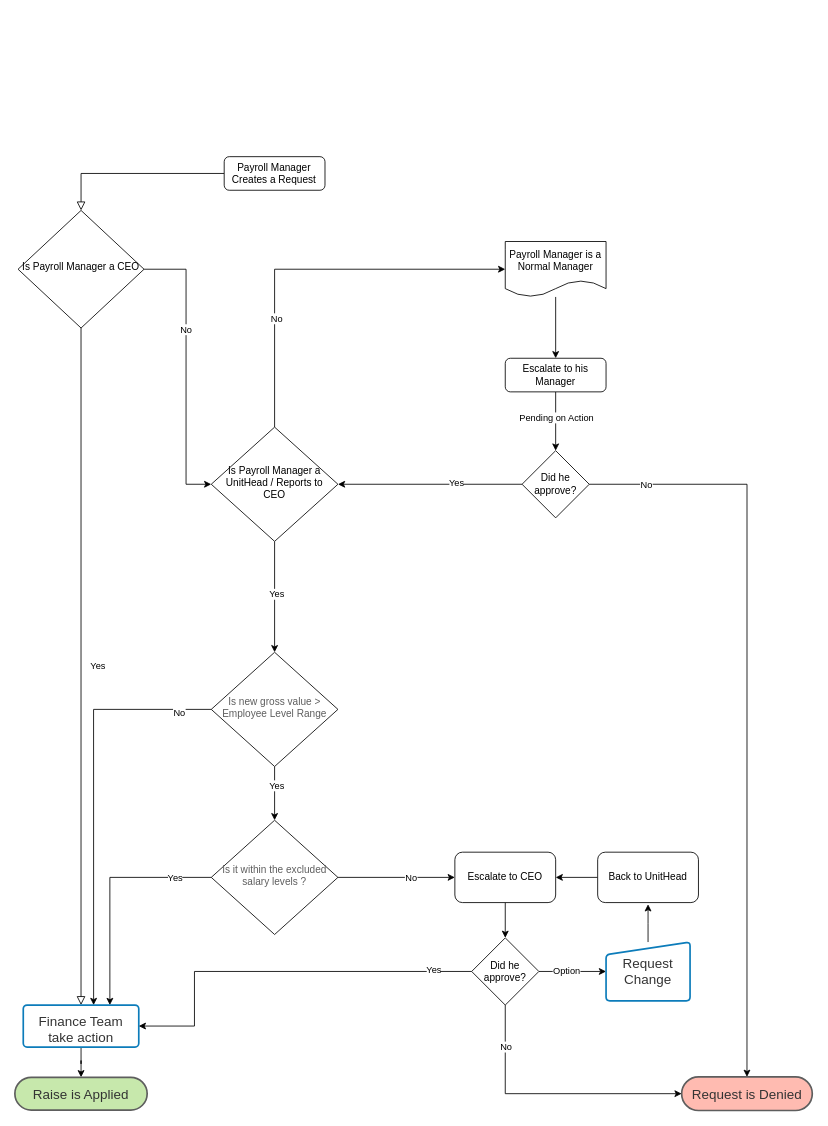
Above: SalaryRaise/Untitled Diagram.drawio in paula-at-flairs/Payroll-Workflows (draw.io), before the change. Source tidied: cells renumbered, new cells numbered last; positions are measured from the earlier drawing's top-left corner, leaving out a move shared by most shapes. Both pictures are drawn from the tidied source at 84%, with x=0, y=0 at pixel (14, 156).
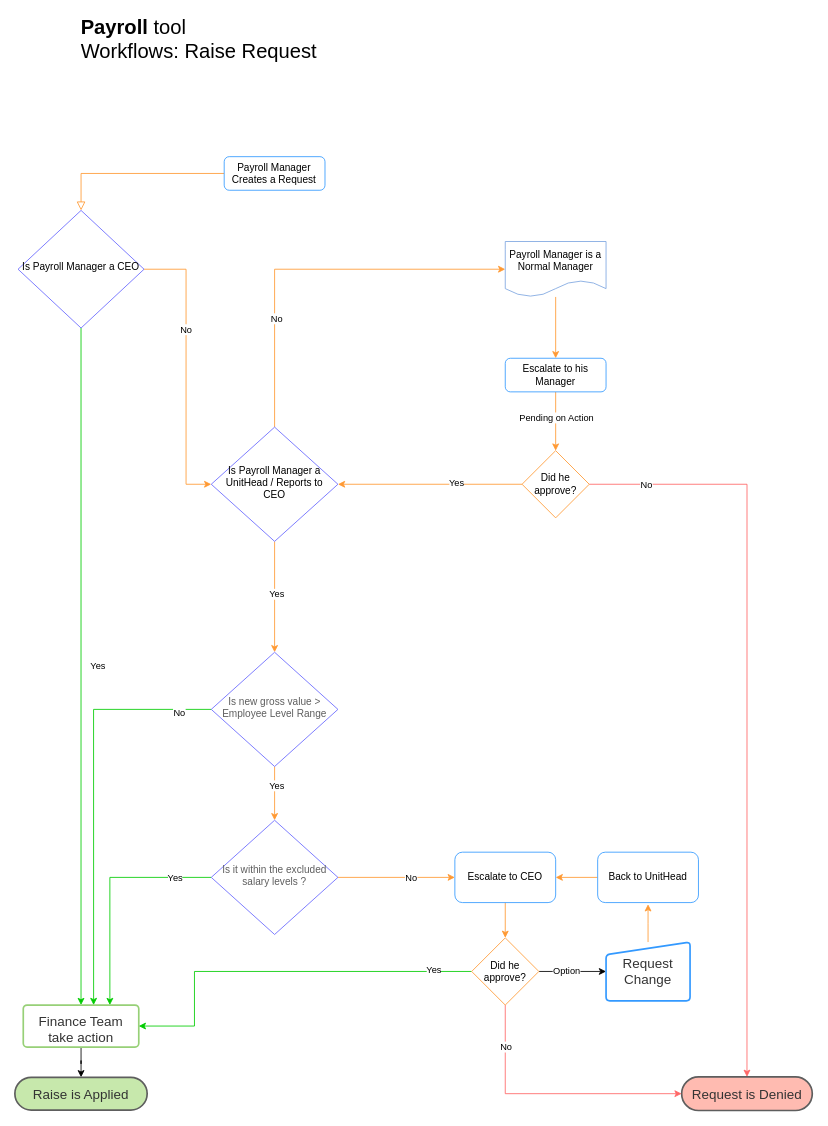
After the change.

The change refers to these unchanged cells:
```xml
<mxCell id="31" value="Request is Denied" style="html=1;overflow=block;blockSpacing=1;whiteSpace=wrap;rounded=1;arcSize=50;whiteSpace=wrap;fontSize=16;fontColor=#333333;spacing=4;strokeColor=#5e5e5e;strokeOpacity=100;fillOpacity=100;fillColor=#ffbbb1;strokeWidth=2;" parent="1" vertex="1">
  <mxGeometry x="794" y="1095.5" width="155.5" height="40" as="geometry" />
</mxCell>
<mxCell id="43" style="edgeStyle=orthogonalEdgeStyle;rounded=0;jettySize=auto;html=1;" parent="1" edge="1" source="45" target="47">
  <mxGeometry relative="1" as="geometry" />
</mxCell>
```

Change to the diagram source:
```diff
@@
-    <mxCell id="2" style="rounded=0;html=1;jettySize=auto;fontSize=11;endArrow=block;endFill=0;endSize=8;strokeWidth=1;shadow=0;labelBackgroundColor=none;edgeStyle=orthogonalEdgeStyle;entryX=0.5;entryY=0;entryDx=0;entryDy=0;" parent="1" edge="1" source="3" target="7">
+    <mxCell id="2" style="rounded=0;html=1;jettySize=auto;fontSize=11;endArrow=block;endFill=0;endSize=8;strokeWidth=1;shadow=0;labelBackgroundColor=none;edgeStyle=orthogonalEdgeStyle;entryX=0.5;entryY=0;entryDx=0;entryDy=0;strokeColor=#FF9933;" parent="1" edge="1" source="3" target="7">
       <mxGeometry relative="1" as="geometry" />
     </mxCell>
-    <mxCell id="3" value="Payroll Manager Creates a Request" style="rounded=1;whiteSpace=wrap;html=1;fontSize=12;glass=0;strokeWidth=1;shadow=0;" parent="1" vertex="1">
+    <mxCell id="3" value="Payroll Manager Creates a Request" style="rounded=1;whiteSpace=wrap;html=1;fontSize=12;glass=0;strokeWidth=1;shadow=0;strokeColor=#3399FF;" parent="1" vertex="1">
       <mxGeometry x="249.4" width="120" height="40" as="geometry" />
     </mxCell>
-    <mxCell id="4" value="Yes" style="rounded=0;html=1;jettySize=auto;fontSize=11;endArrow=block;endFill=0;endSize=8;strokeWidth=1;shadow=0;labelBackgroundColor=none;edgeStyle=orthogonalEdgeStyle;entryX=0.5;entryY=0;entryDx=0;entryDy=0;" parent="1" edge="1" source="7" target="9">
+    <mxCell id="4" value="Yes" style="rounded=0;html=1;jettySize=auto;fontSize=11;endArrow=classic;endFill=1;strokeWidth=1;shadow=0;labelBackgroundColor=none;edgeStyle=orthogonalEdgeStyle;entryX=0.5;entryY=0;entryDx=0;entryDy=0;strokeColor=#00CC00;" parent="1" edge="1" source="7" target="9">
       <mxGeometry y="20" relative="1" as="geometry" />
     </mxCell>
-    <mxCell id="5" style="edgeStyle=orthogonalEdgeStyle;rounded=0;jettySize=auto;html=1;entryX=0;entryY=0.5;entryDx=0;entryDy=0;" parent="1" edge="1" source="7" target="15">
+    <mxCell id="5" style="edgeStyle=orthogonalEdgeStyle;rounded=0;jettySize=auto;html=1;entryX=0;entryY=0.5;entryDx=0;entryDy=0;strokeColor=#FF9933;" parent="1" edge="1" source="7" target="15">
       <mxGeometry relative="1" as="geometry">
         <Array as="points">
           <mxPoint x="204" y="134" />
           <mxPoint x="204" y="390" />
         </Array>
       </mxGeometry>
     </mxCell>
@@
-    <mxCell id="7" value="Is Payroll Manager a CEO" style="rhombus;whiteSpace=wrap;html=1;shadow=0;fontFamily=Helvetica;fontSize=12;align=center;strokeWidth=1;spacing=6;spacingTop=-4;" parent="1" vertex="1">
+    <mxCell id="7" value="Is Payroll Manager a CEO" style="rhombus;whiteSpace=wrap;html=1;shadow=0;fontFamily=Helvetica;fontSize=12;align=center;strokeWidth=1;spacing=6;spacingTop=-4;strokeColor=#6666FF;" parent="1" vertex="1">
       <mxGeometry x="4" y="64" width="150" height="140" as="geometry" />
     </mxCell>
@@
-    <mxCell id="9" value="Finance Team take action" style="html=1;overflow=block;blockSpacing=1;whiteSpace=wrap;whiteSpace=wrap;fontSize=16;fontColor=#333333;spacing=9;strokeColor=#0c7cba;strokeOpacity=100;rounded=1;absoluteArcSize=1;arcSize=9;strokeWidth=2;" parent="1" vertex="1">
+    <mxCell id="9" value="Finance Team take action" style="html=1;overflow=block;blockSpacing=1;whiteSpace=wrap;whiteSpace=wrap;fontSize=16;fontColor=#333333;spacing=9;strokeColor=#97D077;strokeOpacity=100;rounded=1;absoluteArcSize=1;arcSize=9;strokeWidth=2;" parent="1" vertex="1">
       <mxGeometry x="10.2" y="1010" width="137.5" height="50" as="geometry" />
     </mxCell>
@@
-    <mxCell id="11" style="edgeStyle=orthogonalEdgeStyle;rounded=0;jettySize=auto;html=1;entryX=0.5;entryY=0;entryDx=0;entryDy=0;" parent="1" edge="1" source="15" target="20">
+    <mxCell id="11" style="edgeStyle=orthogonalEdgeStyle;rounded=0;jettySize=auto;html=1;entryX=0.5;entryY=0;entryDx=0;entryDy=0;strokeColor=#FF9933;" parent="1" edge="1" source="15" target="20">
       <mxGeometry relative="1" as="geometry" />
     </mxCell>
@@
-    <mxCell id="13" style="edgeStyle=orthogonalEdgeStyle;rounded=0;jettySize=auto;html=1;exitX=0.5;exitY=0;exitDx=0;exitDy=0;" parent="1" edge="1" source="15" target="22">
+    <mxCell id="13" style="edgeStyle=orthogonalEdgeStyle;rounded=0;jettySize=auto;html=1;exitX=0.5;exitY=0;exitDx=0;exitDy=0;strokeColor=#FF9933;" parent="1" edge="1" source="15" target="22">
       <mxGeometry relative="1" as="geometry">
         <Array as="points">
           <mxPoint x="309" y="134" />
         </Array>
       </mxGeometry>
     </mxCell>
@@
-    <mxCell id="15" value="Is Payroll Manager a UnitHead / Reports to CEO" style="rhombus;whiteSpace=wrap;html=1;shadow=0;fontFamily=Helvetica;fontSize=12;align=center;strokeWidth=1;spacing=6;spacingTop=-4;" parent="1" vertex="1">
+    <mxCell id="15" value="Is Payroll Manager a UnitHead / Reports to CEO" style="rhombus;whiteSpace=wrap;html=1;shadow=0;fontFamily=Helvetica;fontSize=12;align=center;strokeWidth=1;spacing=6;spacingTop=-4;strokeColor=#6666FF;" parent="1" vertex="1">
       <mxGeometry x="234" y="322" width="150.8" height="136" as="geometry" />
     </mxCell>
-    <mxCell id="16" style="edgeStyle=orthogonalEdgeStyle;rounded=0;jettySize=auto;html=1;entryX=0.5;entryY=0;entryDx=0;entryDy=0;" parent="1" edge="1" source="20" target="36">
+    <mxCell id="16" style="edgeStyle=orthogonalEdgeStyle;rounded=0;jettySize=auto;html=1;entryX=0.5;entryY=0;entryDx=0;entryDy=0;strokeColor=#FF9933;" parent="1" edge="1" source="20" target="36">
       <mxGeometry relative="1" as="geometry" />
     </mxCell>
@@
-    <mxCell id="18" style="edgeStyle=orthogonalEdgeStyle;rounded=0;jettySize=auto;html=1;entryX=0.609;entryY=0;entryDx=0;entryDy=0;entryPerimeter=0;" parent="1" edge="1" source="20" target="9">
+    <mxCell id="18" style="edgeStyle=orthogonalEdgeStyle;rounded=0;jettySize=auto;html=1;entryX=0.609;entryY=0;entryDx=0;entryDy=0;entryPerimeter=0;strokeColor=#00CC00;" parent="1" edge="1" source="20" target="9">
       <mxGeometry relative="1" as="geometry" />
     </mxCell>
@@
-    <mxCell id="20" value="&lt;span style=&quot;color: rgb(94 , 94 , 94)&quot;&gt;Is new gross value &amp;gt; Employee Level Range&lt;/span&gt;" style="rhombus;whiteSpace=wrap;html=1;shadow=0;fontFamily=Helvetica;fontSize=12;align=center;strokeWidth=1;spacing=6;spacingTop=-4;" parent="1" vertex="1">
+    <mxCell id="20" value="&lt;span style=&quot;color: rgb(94 , 94 , 94)&quot;&gt;Is new gross value &amp;gt; Employee Level Range&lt;/span&gt;" style="rhombus;whiteSpace=wrap;html=1;shadow=0;fontFamily=Helvetica;fontSize=12;align=center;strokeWidth=1;spacing=6;spacingTop=-4;strokeColor=#6666FF;" parent="1" vertex="1">
       <mxGeometry x="234" y="590" width="150.8" height="136" as="geometry" />
     </mxCell>
-    <mxCell id="21" style="edgeStyle=orthogonalEdgeStyle;rounded=0;jettySize=auto;html=1;entryX=0.5;entryY=0;entryDx=0;entryDy=0;" parent="1" edge="1" source="22" target="25">
+    <mxCell id="21" style="edgeStyle=orthogonalEdgeStyle;rounded=0;jettySize=auto;html=1;entryX=0.5;entryY=0;entryDx=0;entryDy=0;strokeColor=#FF9933;" parent="1" edge="1" source="22" target="25">
       <mxGeometry relative="1" as="geometry" />
     </mxCell>
-    <mxCell id="22" value="Payroll Manager is a Normal Manager" style="shape=document;whiteSpace=wrap;html=1;boundedLbl=1;" parent="1" vertex="1">
+    <mxCell id="22" value="Payroll Manager is a Normal Manager" style="shape=document;whiteSpace=wrap;html=1;boundedLbl=1;strokeColor=#7EA6E0;" parent="1" vertex="1">
       <mxGeometry x="584" y="101" width="120" height="66" as="geometry" />
     </mxCell>
-    <mxCell id="23" style="edgeStyle=orthogonalEdgeStyle;rounded=0;jettySize=auto;html=1;entryX=0.5;entryY=0;entryDx=0;entryDy=0;" parent="1" edge="1" source="25" target="30">
+    <mxCell id="23" style="edgeStyle=orthogonalEdgeStyle;rounded=0;jettySize=auto;html=1;entryX=0.5;entryY=0;entryDx=0;entryDy=0;strokeColor=#FF9933;" parent="1" edge="1" source="25" target="30">
       <mxGeometry relative="1" as="geometry" />
     </mxCell>
@@
-    <mxCell id="25" value="Escalate to his Manager" style="rounded=1;whiteSpace=wrap;html=1;fontSize=12;glass=0;strokeWidth=1;shadow=0;" parent="1" vertex="1">
+    <mxCell id="25" value="Escalate to his Manager" style="rounded=1;whiteSpace=wrap;html=1;fontSize=12;glass=0;strokeWidth=1;shadow=0;strokeColor=#3399FF;" parent="1" vertex="1">
       <mxGeometry x="584" y="240" width="120" height="40" as="geometry" />
     </mxCell>
-    <mxCell id="26" style="edgeStyle=orthogonalEdgeStyle;rounded=0;jettySize=auto;html=1;entryX=0.5;entryY=0;entryDx=0;entryDy=0;" parent="1" edge="1" source="30" target="31">
+    <mxCell id="26" style="edgeStyle=orthogonalEdgeStyle;rounded=0;jettySize=auto;html=1;entryX=0.5;entryY=0;entryDx=0;entryDy=0;strokeColor=#FF6666;" parent="1" edge="1" source="30" target="31">
       <mxGeometry relative="1" as="geometry" />
     </mxCell>
@@
-    <mxCell id="28" style="edgeStyle=orthogonalEdgeStyle;rounded=0;jettySize=auto;html=1;entryX=1;entryY=0.5;entryDx=0;entryDy=0;" parent="1" edge="1" source="30" target="15">
+    <mxCell id="28" style="edgeStyle=orthogonalEdgeStyle;rounded=0;jettySize=auto;html=1;entryX=1;entryY=0.5;entryDx=0;entryDy=0;strokeColor=#FF9933;" parent="1" edge="1" source="30" target="15">
       <mxGeometry relative="1" as="geometry" />
     </mxCell>
@@
-    <mxCell id="30" value="Did he approve?" style="rhombus;whiteSpace=wrap;html=1;" parent="1" vertex="1">
+    <mxCell id="30" value="Did he approve?" style="rhombus;whiteSpace=wrap;html=1;strokeColor=#FF9933;" parent="1" vertex="1">
       <mxGeometry x="604" y="350" width="80" height="80" as="geometry" />
     </mxCell>
@@
-    <mxCell id="32" style="edgeStyle=orthogonalEdgeStyle;rounded=0;jettySize=auto;html=1;entryX=0.75;entryY=0;entryDx=0;entryDy=0;" parent="1" edge="1" source="36" target="9">
+    <mxCell id="32" style="edgeStyle=orthogonalEdgeStyle;rounded=0;jettySize=auto;html=1;entryX=0.75;entryY=0;entryDx=0;entryDy=0;strokeColor=#00CC00;" parent="1" edge="1" source="36" target="9">
       <mxGeometry relative="1" as="geometry" />
     </mxCell>
@@
-    <mxCell id="34" style="edgeStyle=orthogonalEdgeStyle;rounded=0;jettySize=auto;html=1;entryX=0;entryY=0.5;entryDx=0;entryDy=0;" parent="1" edge="1" source="36" target="38">
+    <mxCell id="34" style="edgeStyle=orthogonalEdgeStyle;rounded=0;jettySize=auto;html=1;entryX=0;entryY=0.5;entryDx=0;entryDy=0;strokeColor=#FF9933;" parent="1" edge="1" source="36" target="38">
       <mxGeometry relative="1" as="geometry" />
     </mxCell>
@@
-    <mxCell id="36" value="&lt;span data-lucid-content=&quot;{&amp;#34;t&amp;#34;:&amp;#34;Is it within the excluded salary levels ?&amp;#34;,&amp;#34;m&amp;#34;:[{&amp;#34;s&amp;#34;:0,&amp;#34;n&amp;#34;:&amp;#34;c&amp;#34;,&amp;#34;v&amp;#34;:&amp;#34;#5e5e5eff&amp;#34;,&amp;#34;e&amp;#34;:41},{&amp;#34;s&amp;#34;:0,&amp;#34;n&amp;#34;:&amp;#34;s&amp;#34;,&amp;#34;v&amp;#34;:22.22222222222222,&amp;#34;e&amp;#34;:41}]}&quot;&gt;&lt;span style=&quot;color: rgb(94 , 94 , 94)&quot;&gt;&lt;font style=&quot;font-size: 12px&quot;&gt;Is it within the excluded salary levels ?&lt;/font&gt;&lt;/span&gt;&lt;/span&gt;" style="rhombus;whiteSpace=wrap;html=1;shadow=0;fontFamily=Helvetica;fontSize=12;align=center;strokeWidth=1;spacing=6;spacingTop=-4;" parent="1" vertex="1">
+    <mxCell id="36" value="&lt;span data-lucid-content=&quot;{&amp;#34;t&amp;#34;:&amp;#34;Is it within the excluded salary levels ?&amp;#34;,&amp;#34;m&amp;#34;:[{&amp;#34;s&amp;#34;:0,&amp;#34;n&amp;#34;:&amp;#34;c&amp;#34;,&amp;#34;v&amp;#34;:&amp;#34;#5e5e5eff&amp;#34;,&amp;#34;e&amp;#34;:41},{&amp;#34;s&amp;#34;:0,&amp;#34;n&amp;#34;:&amp;#34;s&amp;#34;,&amp;#34;v&amp;#34;:22.22222222222222,&amp;#34;e&amp;#34;:41}]}&quot;&gt;&lt;span style=&quot;color: rgb(94 , 94 , 94)&quot;&gt;&lt;font style=&quot;font-size: 12px&quot;&gt;Is it within the excluded salary levels ?&lt;/font&gt;&lt;/span&gt;&lt;/span&gt;" style="rhombus;whiteSpace=wrap;html=1;shadow=0;fontFamily=Helvetica;fontSize=12;align=center;strokeWidth=1;spacing=6;spacingTop=-4;strokeColor=#6666FF;" parent="1" vertex="1">
       <mxGeometry x="234" y="790" width="150.8" height="136" as="geometry" />
     </mxCell>
-    <mxCell id="37" style="edgeStyle=orthogonalEdgeStyle;rounded=0;jettySize=auto;html=1;entryX=0.5;entryY=0;entryDx=0;entryDy=0;" parent="1" edge="1" source="38" target="45">
+    <mxCell id="37" style="edgeStyle=orthogonalEdgeStyle;rounded=0;jettySize=auto;html=1;entryX=0.5;entryY=0;entryDx=0;entryDy=0;strokeColor=#FF9933;" parent="1" edge="1" source="38" target="45">
       <mxGeometry relative="1" as="geometry" />
     </mxCell>
-    <mxCell id="38" value="Escalate to CEO" style="rounded=1;whiteSpace=wrap;html=1;" parent="1" vertex="1">
+    <mxCell id="38" value="Escalate to CEO" style="rounded=1;whiteSpace=wrap;html=1;strokeColor=#3399FF;" parent="1" vertex="1">
       <mxGeometry x="524" y="828" width="120" height="60" as="geometry" />
     </mxCell>
-    <mxCell id="39" style="edgeStyle=orthogonalEdgeStyle;rounded=0;jettySize=auto;html=1;entryX=1;entryY=0.5;entryDx=0;entryDy=0;" parent="1" edge="1" source="45" target="9">
+    <mxCell id="39" style="edgeStyle=orthogonalEdgeStyle;rounded=0;jettySize=auto;html=1;entryX=1;entryY=0.5;entryDx=0;entryDy=0;strokeColor=#00CC00;" parent="1" edge="1" source="45" target="9">
       <mxGeometry relative="1" as="geometry">
         <Array as="points">
           <mxPoint x="214" y="970" />
           <mxPoint x="214" y="1035" />
         </Array>
       </mxGeometry>
     </mxCell>
@@
-    <mxCell id="41" style="edgeStyle=orthogonalEdgeStyle;rounded=0;jettySize=auto;html=1;entryX=0;entryY=0.5;entryDx=0;entryDy=0;exitX=0.5;exitY=1;exitDx=0;exitDy=0;" parent="1" edge="1" source="45" target="31">
+    <mxCell id="41" style="edgeStyle=orthogonalEdgeStyle;rounded=0;jettySize=auto;html=1;entryX=0;entryY=0.5;entryDx=0;entryDy=0;exitX=0.5;exitY=1;exitDx=0;exitDy=0;strokeColor=#FF6666;" parent="1" edge="1" source="45" target="31">
       <mxGeometry relative="1" as="geometry" />
     </mxCell>
@@
-    <mxCell id="44" value="Option" style="edgeLabel;html=1;align=center;verticalAlign=middle;" parent="43" vertex="1">
+    <mxCell id="44" value="Option" style="edgeLabel;html=1;align=center;verticalAlign=middle;strokeColor=#FFD966;" parent="43" vertex="1">
       <mxGeometry x="-0.2" y="1" relative="1" as="geometry" />
     </mxCell>
-    <mxCell id="45" value="Did he approve?" style="rhombus;whiteSpace=wrap;html=1;" parent="1" vertex="1">
+    <mxCell id="45" value="Did he approve?" style="rhombus;whiteSpace=wrap;html=1;strokeColor=#FF9933;" parent="1" vertex="1">
       <mxGeometry x="544" y="930" width="80" height="80" as="geometry" />
     </mxCell>
-    <mxCell id="46" style="edgeStyle=orthogonalEdgeStyle;rounded=0;jettySize=auto;html=1;" parent="1" edge="1" source="47">
+    <mxCell id="46" style="edgeStyle=orthogonalEdgeStyle;rounded=0;jettySize=auto;html=1;strokeColor=#FF9933;" parent="1" edge="1" source="47">
       <mxGeometry relative="1" as="geometry">
         <mxPoint x="754" y="890" as="targetPoint" />
       </mxGeometry>
     </mxCell>
-    <mxCell id="47" value="Request Change" style="html=1;overflow=block;blockSpacing=1;whiteSpace=wrap;shape=manualInput;size=15;whiteSpace=wrap;fontSize=16;fontColor=#333333;spacing=4;strokeColor=#0c7cba;strokeOpacity=100;rounded=1;absoluteArcSize=1;arcSize=9;strokeWidth=2;" parent="1" vertex="1">
+    <mxCell id="47" value="Request Change" style="html=1;overflow=block;blockSpacing=1;whiteSpace=wrap;shape=manualInput;size=15;whiteSpace=wrap;fontSize=16;fontColor=#333333;spacing=4;strokeColor=#3399FF;strokeOpacity=100;rounded=1;absoluteArcSize=1;arcSize=9;strokeWidth=2;" parent="1" vertex="1">
       <mxGeometry x="704" y="935" width="100" height="70" as="geometry" />
     </mxCell>
-    <mxCell id="48" style="edgeStyle=orthogonalEdgeStyle;rounded=0;jettySize=auto;html=1;entryX=1;entryY=0.5;entryDx=0;entryDy=0;" parent="1" edge="1" source="49" target="38">
+    <mxCell id="48" style="edgeStyle=orthogonalEdgeStyle;rounded=0;jettySize=auto;html=1;entryX=1;entryY=0.5;entryDx=0;entryDy=0;strokeColor=#FF9933;" parent="1" edge="1" source="49" target="38">
       <mxGeometry relative="1" as="geometry" />
     </mxCell>
-    <mxCell id="49" value="Back to UnitHead" style="rounded=1;whiteSpace=wrap;html=1;" parent="1" vertex="1">
+    <mxCell id="49" value="Back to UnitHead" style="rounded=1;whiteSpace=wrap;html=1;strokeColor=#3399FF;" parent="1" vertex="1">
       <mxGeometry x="694" y="828" width="120" height="60" as="geometry" />
     </mxCell>
+    <mxCell id="50" value="&lt;div style=&quot;text-align: left&quot;&gt;&lt;font style=&quot;font-size: 24px&quot;&gt;&lt;b&gt;Payroll &lt;/b&gt;tool&lt;/font&gt;&lt;/div&gt;&lt;font style=&quot;font-size: 24px&quot;&gt;&lt;div style=&quot;text-align: left&quot;&gt;&lt;span&gt;Workflows: Raise Request&lt;/span&gt;&lt;/div&gt;&lt;/font&gt;" style="text;html=1;align=center;verticalAlign=middle;" parent="1" vertex="1">
+      <mxGeometry x="69.4" y="-160" width="300" height="40" as="geometry" />
+    </mxCell>
```
